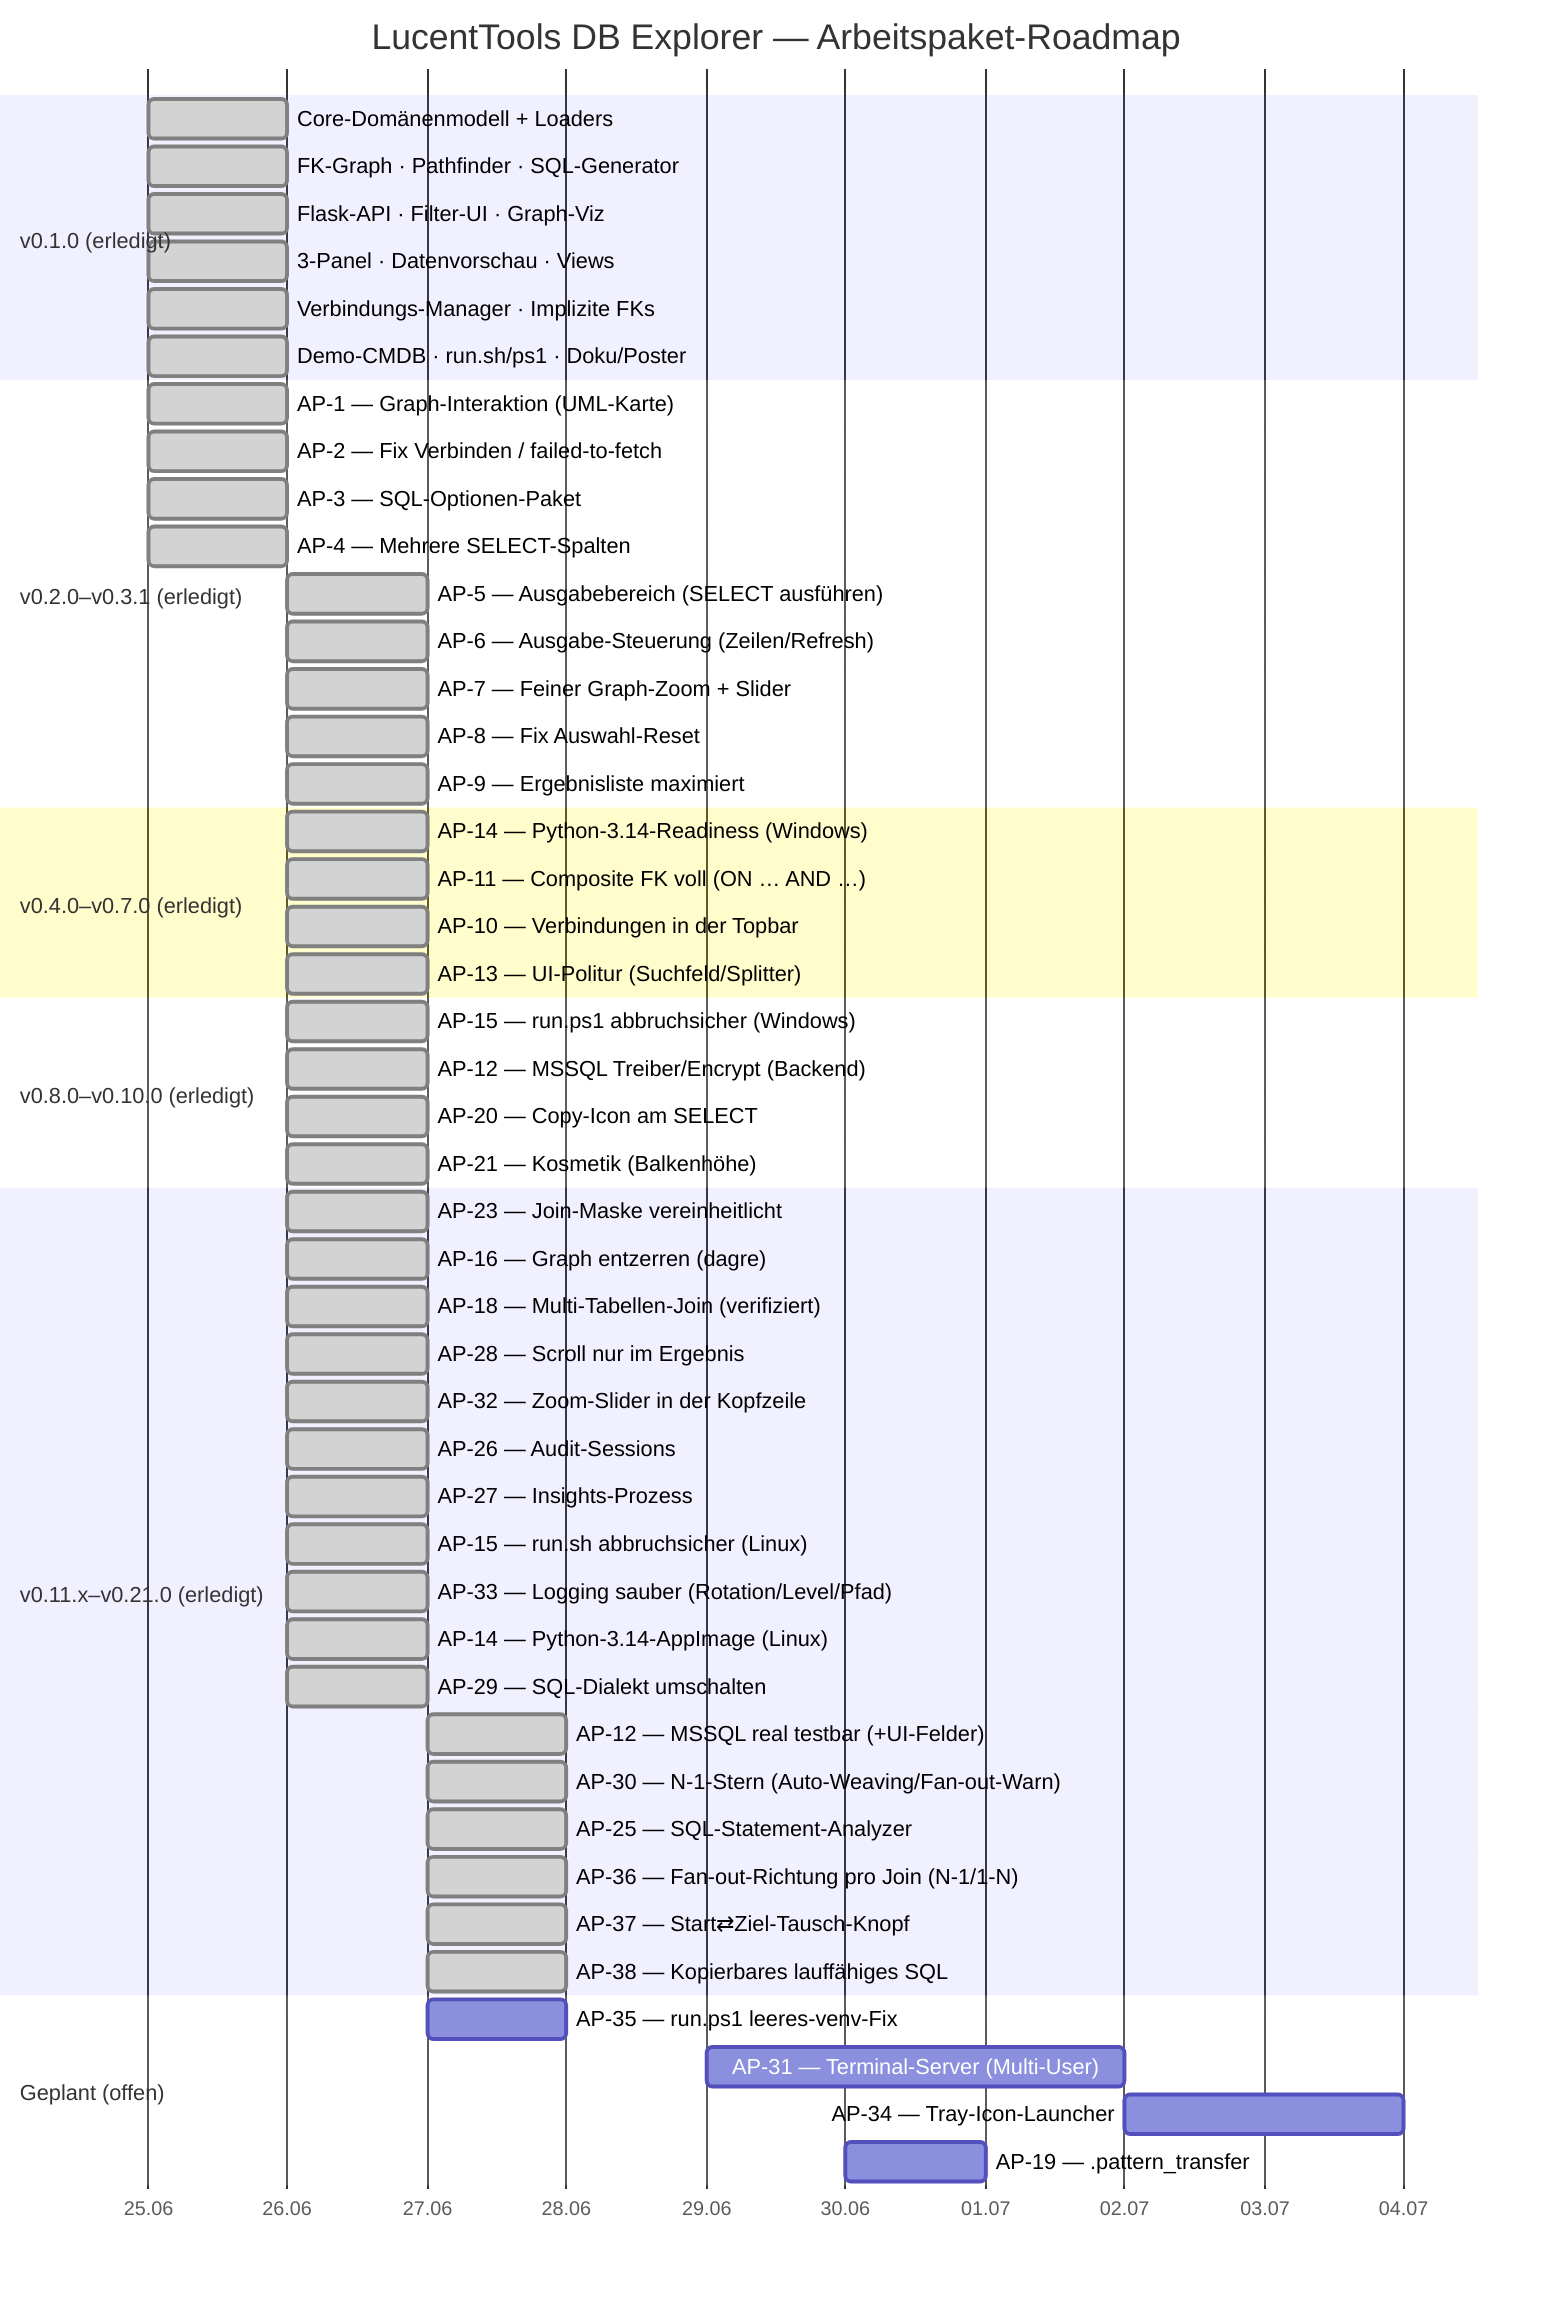
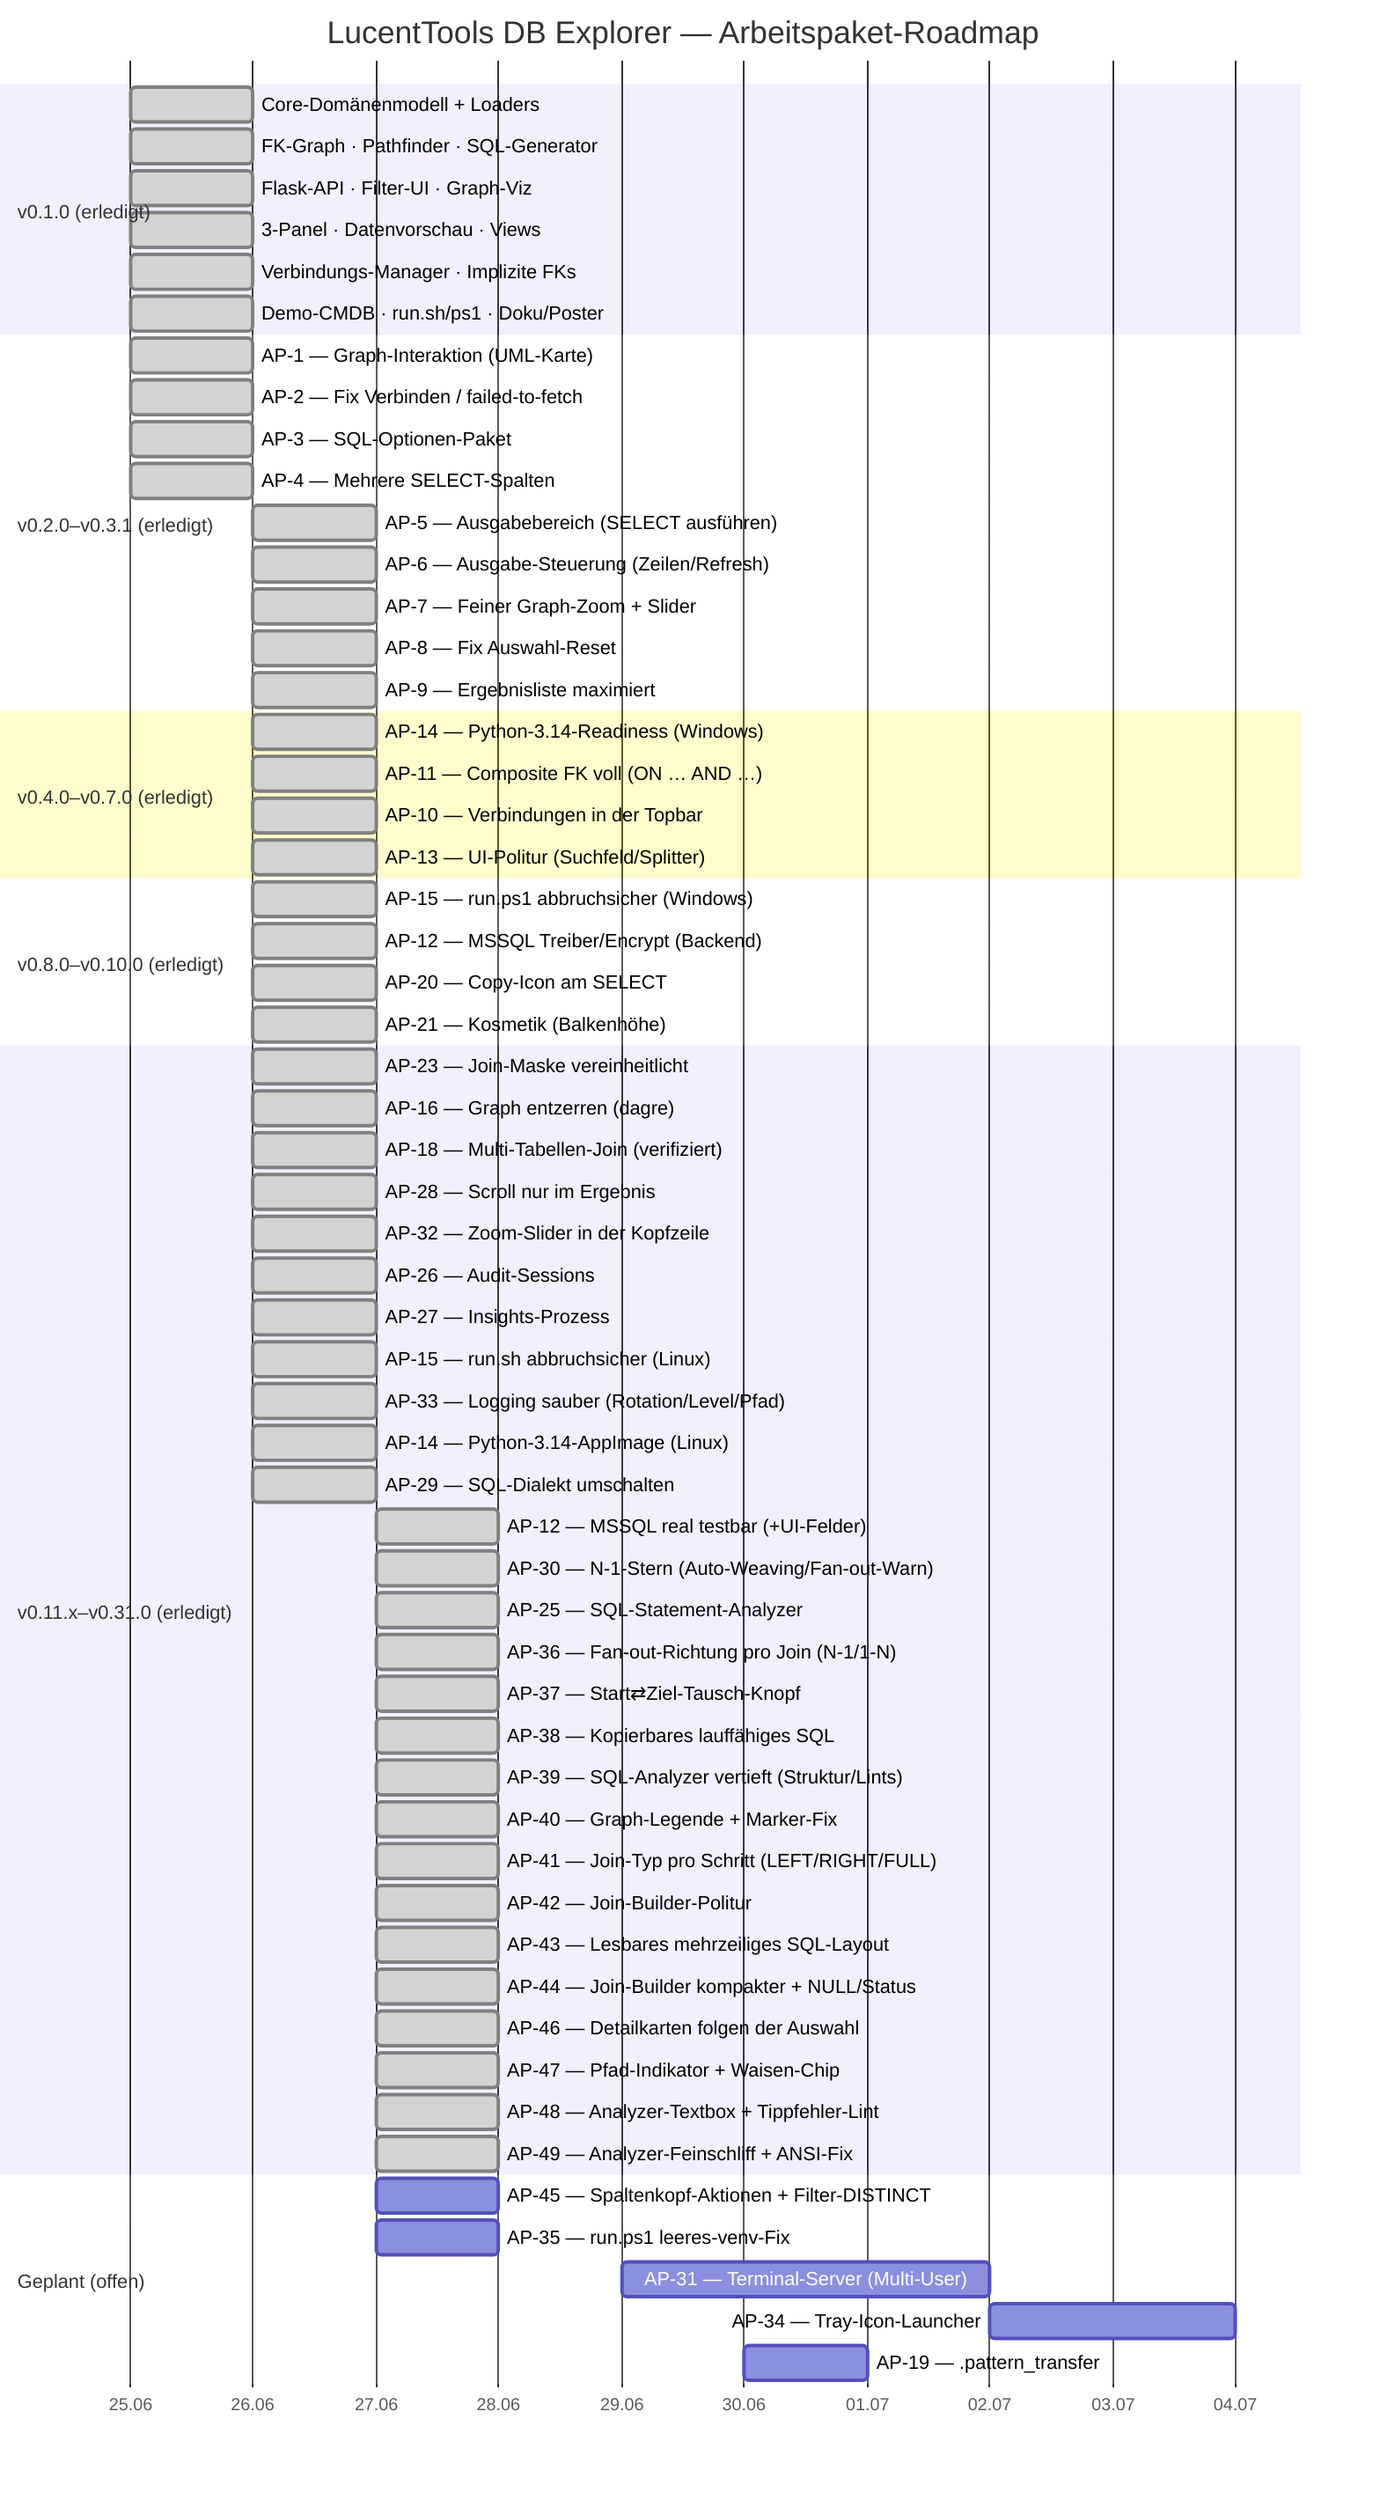
gantt
    title LucentTools DB Explorer — Arbeitspaket-Roadmap
    dateFormat  YYYY-MM-DD
    axisFormat  %d.%m

    section v0.1.0 (erledigt)
    Core-Domänenmodell + Loaders          :done, d1, 2026-06-25, 1d
    FK-Graph · Pathfinder · SQL-Generator :done, d2, 2026-06-25, 1d
    Flask-API · Filter-UI · Graph-Viz     :done, d3, 2026-06-25, 1d
    3-Panel · Datenvorschau · Views       :done, d4, 2026-06-25, 1d
    Verbindungs-Manager · Implizite FKs   :done, d5, 2026-06-25, 1d
    Demo-CMDB · run.sh/ps1 · Doku/Poster  :done, d6, 2026-06-25, 1d

    section v0.2.0–v0.3.1 (erledigt)
    AP-1 — Graph-Interaktion (UML-Karte)        :done, a1, 2026-06-25, 1d
    AP-2 — Fix Verbinden / failed-to-fetch      :done, a2, 2026-06-25, 1d
    AP-3 — SQL-Optionen-Paket                   :done, a3, 2026-06-25, 1d
    AP-4 — Mehrere SELECT-Spalten               :done, a4, 2026-06-25, 1d
    AP-5 — Ausgabebereich (SELECT ausführen)    :done, a5, 2026-06-26, 1d
    AP-6 — Ausgabe-Steuerung (Zeilen/Refresh)   :done, a6, 2026-06-26, 1d
    AP-7 — Feiner Graph-Zoom + Slider           :done, a7, 2026-06-26, 1d
    AP-8 — Fix Auswahl-Reset                    :done, a8, 2026-06-26, 1d
    AP-9 — Ergebnisliste maximiert              :done, a9, 2026-06-26, 1d

    section v0.4.0–v0.7.0 (erledigt)
    AP-14 — Python-3.14-Readiness (Windows)     :done, b1, 2026-06-26, 1d
    AP-11 — Composite FK voll (ON … AND …)      :done, b2, 2026-06-26, 1d
    AP-10 — Verbindungen in der Topbar          :done, b3, 2026-06-26, 1d
    AP-13 — UI-Politur (Suchfeld/Splitter)      :done, b4, 2026-06-26, 1d

    section v0.8.0–v0.10.0 (erledigt)
    AP-15 — run.ps1 abbruchsicher (Windows)     :done, c1, 2026-06-26, 1d
    AP-12 — MSSQL Treiber/Encrypt (Backend)     :done, c2, 2026-06-26, 1d
    AP-20 — Copy-Icon am SELECT                 :done, c3, 2026-06-26, 1d
    AP-21 — Kosmetik (Balkenhöhe)               :done, c4, 2026-06-26, 1d

-     section v0.11.x–v0.21.0 (erledigt)
+     section v0.11.x–v0.31.0 (erledigt)
    AP-23 — Join-Maske vereinheitlicht          :done, e1, 2026-06-26, 1d
    AP-16 — Graph entzerren (dagre)             :done, e2, 2026-06-26, 1d
    AP-18 — Multi-Tabellen-Join (verifiziert)   :done, e3, 2026-06-26, 1d
    AP-28 — Scroll nur im Ergebnis              :done, e4, 2026-06-26, 1d
    AP-32 — Zoom-Slider in der Kopfzeile        :done, e5, 2026-06-26, 1d
    AP-26 — Audit-Sessions                      :done, e6, 2026-06-26, 1d
    AP-27 — Insights-Prozess                    :done, e7, 2026-06-26, 1d
    AP-15 — run.sh abbruchsicher (Linux)        :done, e8, 2026-06-26, 1d
    AP-33 — Logging sauber (Rotation/Level/Pfad) :done, e9, 2026-06-26, 1d
    AP-14 — Python-3.14-AppImage (Linux)         :done, e10, 2026-06-26, 1d
    AP-29 — SQL-Dialekt umschalten               :done, e11, 2026-06-26, 1d
    AP-12 — MSSQL real testbar (+UI-Felder)      :done, e12, 2026-06-27, 1d
    AP-30 — N-1-Stern (Auto-Weaving/Fan-out-Warn) :done, e13, 2026-06-27, 1d
    AP-25 — SQL-Statement-Analyzer               :done, e14, 2026-06-27, 1d
    AP-36 — Fan-out-Richtung pro Join (N-1/1-N)  :done, e15, 2026-06-27, 1d
    AP-37 — Start⇄Ziel-Tausch-Knopf              :done, e16, 2026-06-27, 1d
    AP-38 — Kopierbares lauffähiges SQL          :done, e17, 2026-06-27, 1d
+     AP-39 — SQL-Analyzer vertieft (Struktur/Lints) :done, e18, 2026-06-27, 1d
+     AP-40 — Graph-Legende + Marker-Fix           :done, e19, 2026-06-27, 1d
+     AP-41 — Join-Typ pro Schritt (LEFT/RIGHT/FULL) :done, e20, 2026-06-27, 1d
+     AP-42 — Join-Builder-Politur                 :done, e21, 2026-06-27, 1d
+     AP-43 — Lesbares mehrzeiliges SQL-Layout      :done, e22, 2026-06-27, 1d
+     AP-44 — Join-Builder kompakter + NULL/Status :done, e23, 2026-06-27, 1d
+     AP-46 — Detailkarten folgen der Auswahl       :done, e24, 2026-06-27, 1d
+     AP-47 — Pfad-Indikator + Waisen-Chip         :done, e25, 2026-06-27, 1d
+     AP-48 — Analyzer-Textbox + Tippfehler-Lint   :done, e26, 2026-06-27, 1d
+     AP-49 — Analyzer-Feinschliff + ANSI-Fix       :done, e27, 2026-06-27, 1d

    section Geplant (offen)
+     AP-45 — Spaltenkopf-Aktionen + Filter-DISTINCT :p1, 2026-06-27, 1d
    AP-35 — run.ps1 leeres-venv-Fix             :p3, 2026-06-27, 1d
    AP-31 — Terminal-Server (Multi-User)        :p7, 2026-06-29, 3d
    AP-34 — Tray-Icon-Launcher                  :p9, after p7, 2d
    AP-19 — .pattern_transfer                   :p11, 2026-06-30, 1d
